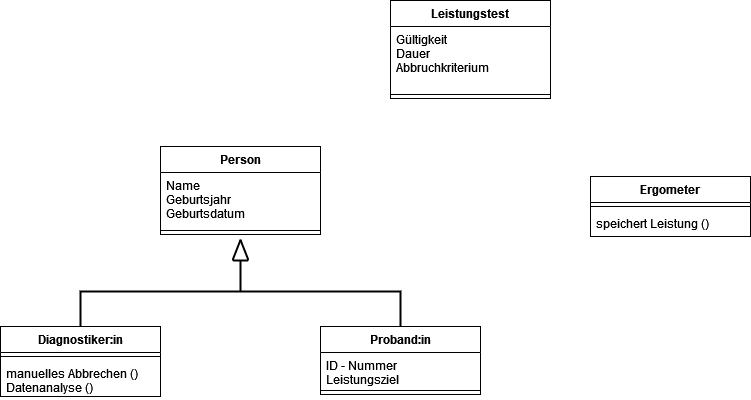
Earlier version of the draw.io export PÜ3/PÜ3 Klassendiagramm.drawio.png (fabiennehjordan/MCI-MSE_Aufgaben). Source tidied: cells renumbered, new cells last; positions are measured from the earlier drawing's top-left corner, leaving out a move shared by most shapes. Source of this version:
```xml
<mxGraphModel>
  <root>
    <mxCell id="0" />
    <mxCell id="1" parent="0" />
    <mxCell id="2" value="Person" style="swimlane;fontStyle=1;align=center;verticalAlign=top;horizontal=1;startSize=26;" parent="1" vertex="1">
      <mxGeometry x="160" y="146" width="160" height="88" as="geometry" />
    </mxCell>
    <mxCell id="3" value="Name&#10;Geburtsjahr&#10;Geburtsdatum&#10;" style="text;strokeColor=none;fillColor=none;align=left;verticalAlign=top;spacingLeft=4;spacingRight=4;overflow=hidden;" parent="2" vertex="1">
      <mxGeometry y="26" width="160" height="54" as="geometry" />
    </mxCell>
    <mxCell id="4" style="line;strokeWidth=1;fillColor=none;align=left;verticalAlign=middle;spacingTop=-1;spacingLeft=3;spacingRight=3;labelPosition=right;" parent="2" vertex="1">
      <mxGeometry y="80" width="160" height="8" as="geometry" />
    </mxCell>
    <mxCell id="5" value="Diagnostiker:in" style="swimlane;fontStyle=1;align=center;verticalAlign=top;horizontal=1;startSize=26;" parent="1" vertex="1">
      <mxGeometry y="326" width="160" height="70" as="geometry" />
    </mxCell>
    <mxCell id="6" style="line;strokeWidth=1;fillColor=none;align=left;verticalAlign=middle;spacingTop=-1;spacingLeft=3;spacingRight=3;labelPosition=right;" parent="5" vertex="1">
      <mxGeometry y="26" width="160" height="8" as="geometry" />
    </mxCell>
    <mxCell id="7" value="manuelles Abbrechen ()&#10;Datenanalyse ()&#10;" style="text;strokeColor=none;fillColor=none;align=left;verticalAlign=top;spacingLeft=4;spacingRight=4;overflow=hidden;" parent="5" vertex="1">
      <mxGeometry y="34" width="160" height="36" as="geometry" />
    </mxCell>
    <mxCell id="8" value="Proband:in" style="swimlane;fontStyle=1;align=center;verticalAlign=top;horizontal=1;startSize=26;" parent="1" vertex="1">
      <mxGeometry x="320" y="326" width="160" height="68" as="geometry" />
    </mxCell>
    <mxCell id="9" value="ID - Nummer&#10;Leistungsziel&#10;" style="text;strokeColor=none;fillColor=none;align=left;verticalAlign=top;spacingLeft=4;spacingRight=4;overflow=hidden;" parent="8" vertex="1">
      <mxGeometry y="26" width="160" height="34" as="geometry" />
    </mxCell>
    <mxCell id="10" style="line;strokeWidth=1;fillColor=none;align=left;verticalAlign=middle;spacingTop=-1;spacingLeft=3;spacingRight=3;labelPosition=right;" parent="8" vertex="1">
      <mxGeometry y="60" width="160" height="8" as="geometry" />
    </mxCell>
    <mxCell id="11" value="Ergometer" style="swimlane;fontStyle=1;align=center;verticalAlign=top;horizontal=1;startSize=26;" parent="1" vertex="1">
      <mxGeometry x="590" y="176" width="160" height="60" as="geometry" />
    </mxCell>
    <mxCell id="12" style="line;strokeWidth=1;fillColor=none;align=left;verticalAlign=middle;spacingTop=-1;spacingLeft=3;spacingRight=3;labelPosition=right;" parent="11" vertex="1">
      <mxGeometry y="26" width="160" height="8" as="geometry" />
    </mxCell>
    <mxCell id="13" value="speichert Leistung ()" style="text;strokeColor=none;fillColor=none;align=left;verticalAlign=top;spacingLeft=4;spacingRight=4;overflow=hidden;" parent="11" vertex="1">
      <mxGeometry y="34" width="160" height="26" as="geometry" />
    </mxCell>
    <mxCell id="14" value="Leistungstest" style="swimlane;fontStyle=1;align=center;verticalAlign=top;horizontal=1;startSize=26;" parent="1" vertex="1">
      <mxGeometry x="390" width="160" height="98" as="geometry" />
    </mxCell>
    <mxCell id="15" value="Gültigkeit&#10;Dauer&#10;Abbruchkriterium&#10;" style="text;strokeColor=none;fillColor=none;align=left;verticalAlign=top;spacingLeft=4;spacingRight=4;overflow=hidden;points=[[0,0.5],[1,0.5]];portConstraint=eastwest;" parent="14" vertex="1">
      <mxGeometry y="26" width="160" height="64" as="geometry" />
    </mxCell>
    <mxCell id="16" style="line;strokeWidth=1;fillColor=none;align=left;verticalAlign=middle;spacingTop=-1;spacingLeft=3;spacingRight=3;labelPosition=right;" parent="14" vertex="1">
      <mxGeometry y="90" width="160" height="8" as="geometry" />
    </mxCell>
    <mxCell id="17" style="strokeWidth=2;html=1;shape=mxgraph.flowchart.annotation_2;align=left;labelPosition=right;direction=south;" parent="1" vertex="1">
      <mxGeometry x="80" y="256" width="320" height="70" as="geometry" />
    </mxCell>
    <mxCell id="18" style="strokeWidth=2;html=1;shape=mxgraph.flowchart.merge_or_storage;whiteSpace=wrap;direction=west;" parent="1" vertex="1">
      <mxGeometry x="232.5" y="240" width="15" height="20" as="geometry" />
    </mxCell>
  </root>
</mxGraphModel>
```
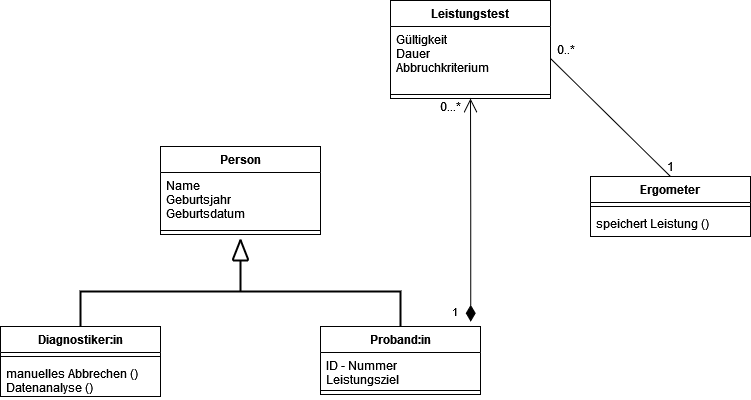
Above is the later version.

Change to the diagram source:
```diff
@@ -53,5 +53,20 @@
     <mxCell id="18" style="strokeWidth=2;html=1;shape=mxgraph.flowchart.merge_or_storage;whiteSpace=wrap;direction=west;" parent="1" vertex="1">
       <mxGeometry x="232.5" y="240" width="15" height="20" as="geometry" />
     </mxCell>
+    <mxCell id="19" value="1" style="endArrow=open;html=1;endSize=12;startArrow=diamondThin;startSize=14;startFill=1;edgeStyle=orthogonalEdgeStyle;align=left;verticalAlign=bottom;rounded=0;entryX=0.5;entryY=1;entryDx=0;entryDy=0;exitX=0.939;exitY=-0.07;exitDx=0;exitDy=0;exitPerimeter=0;" parent="1" edge="1" source="8" target="14">
+      <mxGeometry x="-1" y="20" relative="1" as="geometry" />
+    </mxCell>
+    <mxCell id="20" value="0...*" style="text;html=1;align=center;verticalAlign=middle;strokeColor=none;fillColor=none;" parent="1" vertex="1">
+      <mxGeometry x="430" y="96" width="40" height="20" as="geometry" />
+    </mxCell>
+    <mxCell id="21" style="endArrow=none;html=1;rounded=0;exitX=0.5;exitY=0;exitDx=0;exitDy=0;entryX=1;entryY=0.5;entryDx=0;entryDy=0;" parent="1" edge="1" source="11" target="15">
+      <mxGeometry relative="1" as="geometry" />
+    </mxCell>
+    <mxCell id="22" value="0..*" style="text;html=1;align=center;verticalAlign=middle;strokeColor=none;fillColor=none;" parent="1" vertex="1">
+      <mxGeometry x="550" y="39" width="30" height="20" as="geometry" />
+    </mxCell>
+    <mxCell id="23" value="1" style="text;html=1;align=center;verticalAlign=middle;strokeColor=none;fillColor=none;" parent="1" vertex="1">
+      <mxGeometry x="660" y="156" width="20" height="20" as="geometry" />
+    </mxCell>
   </root>
 </mxGraphModel>
```
